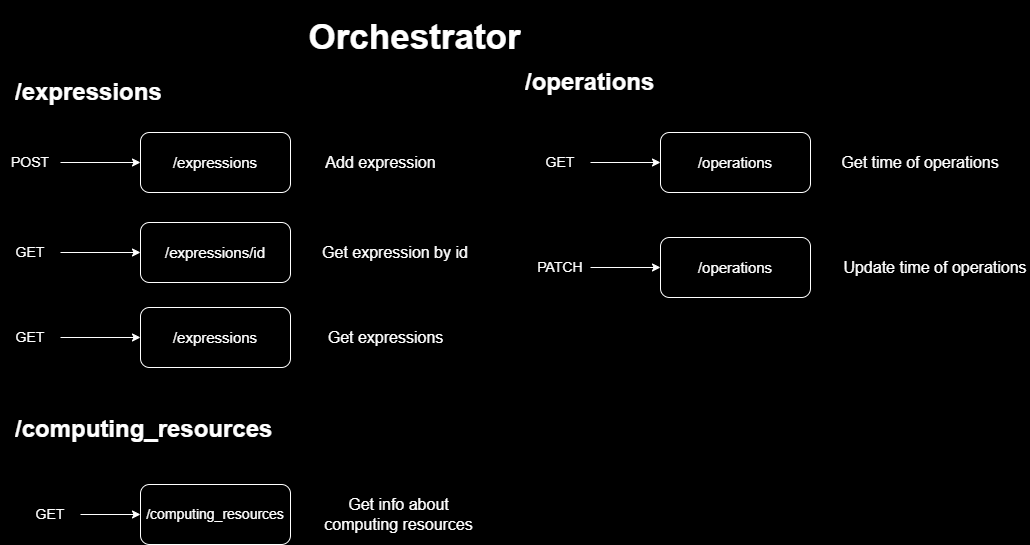
Above: схема.png in sadreddinov/distributed_calculator (draw.io), before the change. Source tidied: cells renumbered, new cells last; positions are measured from the earlier drawing's top-left corner, leaving out a move shared by most shapes. Its diagram source:
```xml
<mxGraphModel background="#000000">
  <root>
    <mxCell id="0" />
    <mxCell id="1" parent="0" />
    <mxCell id="2" value="&lt;font style=&quot;&quot;&gt;&lt;font style=&quot;font-size: 15px;&quot;&gt;/expressions&lt;/font&gt;&lt;br&gt;&lt;/font&gt;" style="rounded=1;whiteSpace=wrap;html=1;strokeColor=#FFFFFF;fillColor=#000000;fontColor=#FFFFFF;" parent="1" vertex="1">
      <mxGeometry x="140" y="122" width="150" height="60" as="geometry" />
    </mxCell>
    <mxCell id="3" style="edgeStyle=orthogonalEdgeStyle;rounded=0;jettySize=auto;html=1;entryX=0;entryY=0.5;entryDx=0;entryDy=0;strokeColor=#FFFFFF;" parent="1" edge="1" source="25" target="2">
      <mxGeometry relative="1" as="geometry" />
    </mxCell>
    <mxCell id="4" value="&lt;font style=&quot;font-size: 15px;&quot;&gt;/expressions/id&lt;/font&gt;" style="rounded=1;whiteSpace=wrap;html=1;fontColor=#FFFFFF;labelBackgroundColor=none;fillColor=#000000;strokeColor=#FFFFFF;" parent="1" vertex="1">
      <mxGeometry x="140" y="212" width="150" height="60" as="geometry" />
    </mxCell>
    <mxCell id="5" style="edgeStyle=orthogonalEdgeStyle;rounded=0;jettySize=auto;html=1;entryX=0;entryY=0.5;entryDx=0;entryDy=0;strokeColor=#FFFFFF;" parent="1" edge="1" source="26" target="4">
      <mxGeometry relative="1" as="geometry" />
    </mxCell>
    <mxCell id="6" value="&lt;font style=&quot;font-size: 15px;&quot;&gt;/expressions&lt;/font&gt;" style="rounded=1;whiteSpace=wrap;html=1;fontColor=#FFFFFF;strokeColor=#FFFFFF;fillColor=#000000;" parent="1" vertex="1">
      <mxGeometry x="140" y="297" width="150" height="60" as="geometry" />
    </mxCell>
    <mxCell id="7" style="edgeStyle=orthogonalEdgeStyle;rounded=0;jettySize=auto;html=1;entryX=0;entryY=0.5;entryDx=0;entryDy=0;strokeColor=#FFFFFF;" parent="1" edge="1" source="27" target="6">
      <mxGeometry relative="1" as="geometry" />
    </mxCell>
    <mxCell id="8" value="&lt;font style=&quot;font-size: 15px;&quot;&gt;/operations&lt;/font&gt;" style="rounded=1;whiteSpace=wrap;html=1;strokeColor=#FFFFFF;fontColor=#FFFFFF;fillColor=#000000;" parent="1" vertex="1">
      <mxGeometry x="660" y="227" width="150" height="60" as="geometry" />
    </mxCell>
    <mxCell id="9" style="edgeStyle=orthogonalEdgeStyle;rounded=0;jettySize=auto;html=1;entryX=0;entryY=0.5;entryDx=0;entryDy=0;strokeColor=#FFFFFF;" parent="1" edge="1" source="10" target="8">
      <mxGeometry relative="1" as="geometry" />
    </mxCell>
    <mxCell id="10" value="&lt;font style=&quot;font-size: 14px;&quot;&gt;PATCH&lt;/font&gt;" style="text;html=1;strokeColor=none;fillColor=none;align=center;verticalAlign=middle;whiteSpace=wrap;rounded=0;fontColor=#FFFFFF;" parent="1" vertex="1">
      <mxGeometry x="530" y="242" width="60" height="30" as="geometry" />
    </mxCell>
    <mxCell id="11" value="&lt;font style=&quot;font-size: 15px;&quot;&gt;/operations&lt;/font&gt;" style="rounded=1;whiteSpace=wrap;html=1;strokeColor=#FFFFFF;fillColor=#000000;fontColor=#FFFFFF;" parent="1" vertex="1">
      <mxGeometry x="660" y="122" width="150" height="60" as="geometry" />
    </mxCell>
    <mxCell id="12" style="edgeStyle=orthogonalEdgeStyle;rounded=0;jettySize=auto;html=1;strokeColor=#FFFFFF;" parent="1" edge="1" source="17" target="11">
      <mxGeometry relative="1" as="geometry" />
    </mxCell>
    <mxCell id="13" value="&lt;font style=&quot;font-size: 14px;&quot;&gt;/computing_resources&lt;/font&gt;" style="rounded=1;whiteSpace=wrap;html=1;fontColor=#FFFFFF;strokeColor=#FFFFFF;fillColor=#000000;" parent="1" vertex="1">
      <mxGeometry x="140" y="474" width="150" height="60" as="geometry" />
    </mxCell>
    <mxCell id="14" style="edgeStyle=orthogonalEdgeStyle;rounded=0;jettySize=auto;html=1;entryX=0;entryY=0.5;entryDx=0;entryDy=0;fontColor=#FFFFFF;strokeColor=#FFFFFF;" parent="1" edge="1" source="28" target="13">
      <mxGeometry relative="1" as="geometry" />
    </mxCell>
    <mxCell id="15" value="&lt;h1&gt;&lt;font style=&quot;font-size: 35px;&quot;&gt;Orchestrator&lt;/font&gt;&lt;/h1&gt;" style="text;html=1;strokeColor=none;fillColor=none;spacing=5;spacingTop=-20;whiteSpace=wrap;overflow=hidden;rounded=0;align=center;fontColor=#FFFFFF;" parent="1" vertex="1">
      <mxGeometry x="304" width="221" height="45" as="geometry" />
    </mxCell>
    <mxCell id="16" value="&lt;h1&gt;/expressions&lt;/h1&gt;" style="text;html=1;spacing=5;spacingTop=-20;whiteSpace=wrap;overflow=hidden;rounded=0;fontColor=#FFFFFF;" parent="1" vertex="1">
      <mxGeometry x="10" y="62" width="190" height="45" as="geometry" />
    </mxCell>
    <mxCell id="17" value="&lt;font style=&quot;font-size: 14px;&quot;&gt;GET&lt;/font&gt;" style="text;html=1;strokeColor=none;fillColor=none;align=center;verticalAlign=middle;whiteSpace=wrap;rounded=0;fontColor=#FFFFFF;" parent="1" vertex="1">
      <mxGeometry x="530" y="137" width="60" height="30" as="geometry" />
    </mxCell>
    <mxCell id="18" value="&lt;h1&gt;/computing_resources&lt;/h1&gt;" style="text;html=1;spacing=5;spacingTop=-20;whiteSpace=wrap;overflow=hidden;rounded=0;fontColor=#FFFFFF;" parent="1" vertex="1">
      <mxGeometry x="10" y="399" width="270" height="45" as="geometry" />
    </mxCell>
    <mxCell id="19" value="&lt;font style=&quot;font-size: 16px;&quot;&gt;Update time of operations&lt;/font&gt;" style="text;html=1;strokeColor=none;fillColor=none;align=center;verticalAlign=middle;whiteSpace=wrap;rounded=0;fontColor=#FFFFFF;" parent="1" vertex="1">
      <mxGeometry x="840" y="234.5" width="190" height="45" as="geometry" />
    </mxCell>
    <mxCell id="20" value="&lt;h1&gt;/operations&lt;/h1&gt;" style="text;html=1;spacing=5;spacingTop=-20;whiteSpace=wrap;overflow=hidden;rounded=0;fontColor=#FFFFFF;" parent="1" vertex="1">
      <mxGeometry x="520" y="52" width="190" height="45" as="geometry" />
    </mxCell>
    <mxCell id="21" value="&lt;font style=&quot;font-size: 16px;&quot;&gt;Get time of operations&lt;/font&gt;" style="text;html=1;strokeColor=none;fillColor=none;align=center;verticalAlign=middle;whiteSpace=wrap;rounded=0;fontColor=#FFFFFF;" parent="1" vertex="1">
      <mxGeometry x="840" y="129.5" width="160" height="45" as="geometry" />
    </mxCell>
    <mxCell id="22" value="&lt;font color=&quot;#ffffff&quot; style=&quot;font-size: 16px;&quot;&gt;Add expression&lt;/font&gt;" style="text;html=1;strokeColor=none;fillColor=none;align=center;verticalAlign=middle;whiteSpace=wrap;rounded=0;" parent="1" vertex="1">
      <mxGeometry x="320" y="129.5" width="121" height="45" as="geometry" />
    </mxCell>
    <mxCell id="23" value="&lt;font style=&quot;font-size: 16px;&quot;&gt;Get expression by id&lt;/font&gt;" style="text;html=1;strokeColor=none;fillColor=none;align=center;verticalAlign=middle;whiteSpace=wrap;rounded=0;fontColor=#FFFFFF;" parent="1" vertex="1">
      <mxGeometry x="320" y="219.5" width="150" height="45" as="geometry" />
    </mxCell>
    <mxCell id="24" value="&lt;font style=&quot;font-size: 16px;&quot;&gt;Get expressions&lt;/font&gt;" style="text;html=1;strokeColor=none;fillColor=none;align=center;verticalAlign=middle;whiteSpace=wrap;rounded=0;fontColor=#FFFFFF;" parent="1" vertex="1">
      <mxGeometry x="320" y="304.5" width="131" height="45" as="geometry" />
    </mxCell>
    <mxCell id="25" value="&lt;font style=&quot;font-size: 14px;&quot;&gt;POST&lt;/font&gt;" style="text;html=1;strokeColor=none;fillColor=none;align=center;verticalAlign=middle;whiteSpace=wrap;rounded=0;fontColor=#FFFFFF;" parent="1" vertex="1">
      <mxGeometry y="137" width="60" height="30" as="geometry" />
    </mxCell>
    <mxCell id="26" value="&lt;font style=&quot;font-size: 14px;&quot;&gt;GET&lt;/font&gt;" style="text;html=1;strokeColor=none;fillColor=none;align=center;verticalAlign=middle;whiteSpace=wrap;rounded=0;fontColor=#FFFFFF;" parent="1" vertex="1">
      <mxGeometry y="227" width="60" height="30" as="geometry" />
    </mxCell>
    <mxCell id="27" value="&lt;font style=&quot;font-size: 14px;&quot;&gt;GET&lt;/font&gt;" style="text;html=1;strokeColor=none;fillColor=none;align=center;verticalAlign=middle;whiteSpace=wrap;rounded=0;labelBackgroundColor=none;fontColor=#FFFFFF;" parent="1" vertex="1">
      <mxGeometry y="312" width="60" height="30" as="geometry" />
    </mxCell>
    <mxCell id="28" value="&lt;font style=&quot;font-size: 14px;&quot;&gt;GET&lt;/font&gt;" style="text;html=1;strokeColor=none;fillColor=none;align=center;verticalAlign=middle;whiteSpace=wrap;rounded=0;fontColor=#FFFFFF;" parent="1" vertex="1">
      <mxGeometry x="20" y="489" width="60" height="30" as="geometry" />
    </mxCell>
    <mxCell id="29" value="&lt;font style=&quot;font-size: 16px;&quot;&gt;Get info about computing resources&lt;/font&gt;" style="text;html=1;strokeColor=none;fillColor=none;align=center;verticalAlign=middle;whiteSpace=wrap;rounded=0;fontColor=#FFFFFF;" parent="1" vertex="1">
      <mxGeometry x="323" y="481.5" width="151" height="45" as="geometry" />
    </mxCell>
  </root>
</mxGraphModel>
```
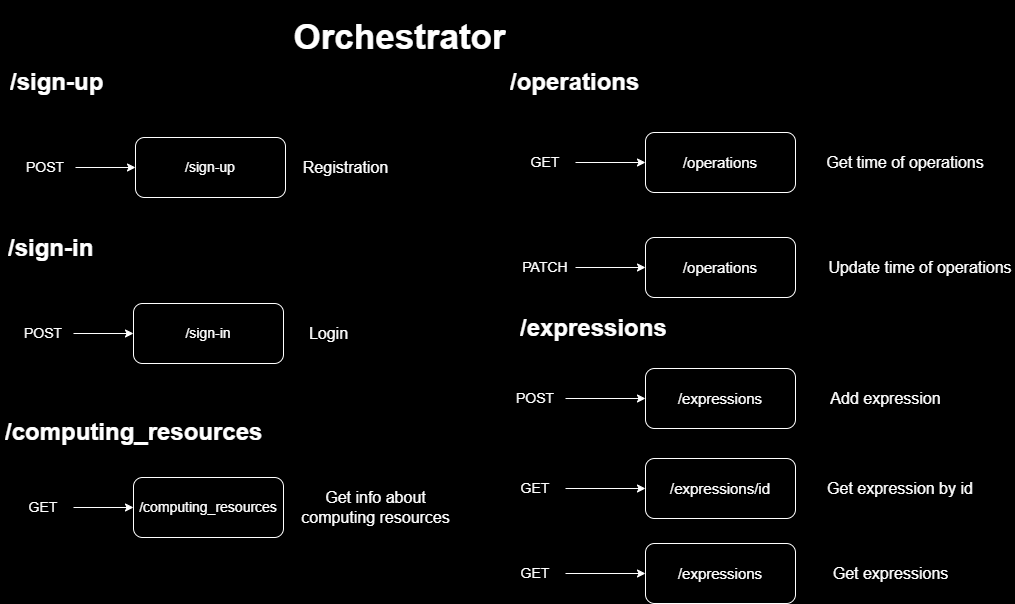
Above is the later version.

The edit, as a diff of the source:
```diff
@@ -3,19 +3,19 @@
     <mxCell id="0" />
     <mxCell id="1" parent="0" />
     <mxCell id="2" value="&lt;font style=&quot;&quot;&gt;&lt;font style=&quot;font-size: 15px;&quot;&gt;/expressions&lt;/font&gt;&lt;br&gt;&lt;/font&gt;" style="rounded=1;whiteSpace=wrap;html=1;strokeColor=#FFFFFF;fillColor=#000000;fontColor=#FFFFFF;" parent="1" vertex="1">
-      <mxGeometry x="140" y="122" width="150" height="60" as="geometry" />
+      <mxGeometry x="660" y="358" width="150" height="60" as="geometry" />
     </mxCell>
     <mxCell id="3" style="edgeStyle=orthogonalEdgeStyle;rounded=0;jettySize=auto;html=1;entryX=0;entryY=0.5;entryDx=0;entryDy=0;strokeColor=#FFFFFF;" parent="1" edge="1" source="25" target="2">
       <mxGeometry relative="1" as="geometry" />
     </mxCell>
     <mxCell id="4" value="&lt;font style=&quot;font-size: 15px;&quot;&gt;/expressions/id&lt;/font&gt;" style="rounded=1;whiteSpace=wrap;html=1;fontColor=#FFFFFF;labelBackgroundColor=none;fillColor=#000000;strokeColor=#FFFFFF;" parent="1" vertex="1">
-      <mxGeometry x="140" y="212" width="150" height="60" as="geometry" />
+      <mxGeometry x="660" y="448" width="150" height="60" as="geometry" />
     </mxCell>
     <mxCell id="5" style="edgeStyle=orthogonalEdgeStyle;rounded=0;jettySize=auto;html=1;entryX=0;entryY=0.5;entryDx=0;entryDy=0;strokeColor=#FFFFFF;" parent="1" edge="1" source="26" target="4">
       <mxGeometry relative="1" as="geometry" />
     </mxCell>
     <mxCell id="6" value="&lt;font style=&quot;font-size: 15px;&quot;&gt;/expressions&lt;/font&gt;" style="rounded=1;whiteSpace=wrap;html=1;fontColor=#FFFFFF;strokeColor=#FFFFFF;fillColor=#000000;" parent="1" vertex="1">
-      <mxGeometry x="140" y="297" width="150" height="60" as="geometry" />
+      <mxGeometry x="660" y="533" width="150" height="60" as="geometry" />
     </mxCell>
     <mxCell id="7" style="edgeStyle=orthogonalEdgeStyle;rounded=0;jettySize=auto;html=1;entryX=0;entryY=0.5;entryDx=0;entryDy=0;strokeColor=#FFFFFF;" parent="1" edge="1" source="27" target="6">
       <mxGeometry relative="1" as="geometry" />
@@ -36,7 +36,7 @@
       <mxGeometry relative="1" as="geometry" />
     </mxCell>
     <mxCell id="13" value="&lt;font style=&quot;font-size: 14px;&quot;&gt;/computing_resources&lt;/font&gt;" style="rounded=1;whiteSpace=wrap;html=1;fontColor=#FFFFFF;strokeColor=#FFFFFF;fillColor=#000000;" parent="1" vertex="1">
-      <mxGeometry x="140" y="474" width="150" height="60" as="geometry" />
+      <mxGeometry x="148" y="467" width="150" height="60" as="geometry" />
     </mxCell>
     <mxCell id="14" style="edgeStyle=orthogonalEdgeStyle;rounded=0;jettySize=auto;html=1;entryX=0;entryY=0.5;entryDx=0;entryDy=0;fontColor=#FFFFFF;strokeColor=#FFFFFF;" parent="1" edge="1" source="28" target="13">
       <mxGeometry relative="1" as="geometry" />
@@ -45,13 +45,13 @@
       <mxGeometry x="304" width="221" height="45" as="geometry" />
     </mxCell>
     <mxCell id="16" value="&lt;h1&gt;/expressions&lt;/h1&gt;" style="text;html=1;spacing=5;spacingTop=-20;whiteSpace=wrap;overflow=hidden;rounded=0;fontColor=#FFFFFF;" parent="1" vertex="1">
-      <mxGeometry x="10" y="62" width="190" height="45" as="geometry" />
+      <mxGeometry x="530" y="298" width="190" height="45" as="geometry" />
     </mxCell>
     <mxCell id="17" value="&lt;font style=&quot;font-size: 14px;&quot;&gt;GET&lt;/font&gt;" style="text;html=1;strokeColor=none;fillColor=none;align=center;verticalAlign=middle;whiteSpace=wrap;rounded=0;fontColor=#FFFFFF;" parent="1" vertex="1">
       <mxGeometry x="530" y="137" width="60" height="30" as="geometry" />
     </mxCell>
     <mxCell id="18" value="&lt;h1&gt;/computing_resources&lt;/h1&gt;" style="text;html=1;spacing=5;spacingTop=-20;whiteSpace=wrap;overflow=hidden;rounded=0;fontColor=#FFFFFF;" parent="1" vertex="1">
-      <mxGeometry x="10" y="399" width="270" height="45" as="geometry" />
+      <mxGeometry x="15" y="401.5" width="270" height="45" as="geometry" />
     </mxCell>
     <mxCell id="19" value="&lt;font style=&quot;font-size: 16px;&quot;&gt;Update time of operations&lt;/font&gt;" style="text;html=1;strokeColor=none;fillColor=none;align=center;verticalAlign=middle;whiteSpace=wrap;rounded=0;fontColor=#FFFFFF;" parent="1" vertex="1">
       <mxGeometry x="840" y="234.5" width="190" height="45" as="geometry" />
@@ -63,28 +63,58 @@
       <mxGeometry x="840" y="129.5" width="160" height="45" as="geometry" />
     </mxCell>
     <mxCell id="22" value="&lt;font color=&quot;#ffffff&quot; style=&quot;font-size: 16px;&quot;&gt;Add expression&lt;/font&gt;" style="text;html=1;strokeColor=none;fillColor=none;align=center;verticalAlign=middle;whiteSpace=wrap;rounded=0;" parent="1" vertex="1">
-      <mxGeometry x="320" y="129.5" width="121" height="45" as="geometry" />
+      <mxGeometry x="840" y="365.5" width="121" height="45" as="geometry" />
     </mxCell>
     <mxCell id="23" value="&lt;font style=&quot;font-size: 16px;&quot;&gt;Get expression by id&lt;/font&gt;" style="text;html=1;strokeColor=none;fillColor=none;align=center;verticalAlign=middle;whiteSpace=wrap;rounded=0;fontColor=#FFFFFF;" parent="1" vertex="1">
-      <mxGeometry x="320" y="219.5" width="150" height="45" as="geometry" />
+      <mxGeometry x="840" y="455.5" width="150" height="45" as="geometry" />
     </mxCell>
     <mxCell id="24" value="&lt;font style=&quot;font-size: 16px;&quot;&gt;Get expressions&lt;/font&gt;" style="text;html=1;strokeColor=none;fillColor=none;align=center;verticalAlign=middle;whiteSpace=wrap;rounded=0;fontColor=#FFFFFF;" parent="1" vertex="1">
-      <mxGeometry x="320" y="304.5" width="131" height="45" as="geometry" />
+      <mxGeometry x="840" y="540.5" width="131" height="45" as="geometry" />
     </mxCell>
     <mxCell id="25" value="&lt;font style=&quot;font-size: 14px;&quot;&gt;POST&lt;/font&gt;" style="text;html=1;strokeColor=none;fillColor=none;align=center;verticalAlign=middle;whiteSpace=wrap;rounded=0;fontColor=#FFFFFF;" parent="1" vertex="1">
-      <mxGeometry y="137" width="60" height="30" as="geometry" />
+      <mxGeometry x="520" y="373" width="60" height="30" as="geometry" />
     </mxCell>
     <mxCell id="26" value="&lt;font style=&quot;font-size: 14px;&quot;&gt;GET&lt;/font&gt;" style="text;html=1;strokeColor=none;fillColor=none;align=center;verticalAlign=middle;whiteSpace=wrap;rounded=0;fontColor=#FFFFFF;" parent="1" vertex="1">
-      <mxGeometry y="227" width="60" height="30" as="geometry" />
+      <mxGeometry x="520" y="463" width="60" height="30" as="geometry" />
     </mxCell>
     <mxCell id="27" value="&lt;font style=&quot;font-size: 14px;&quot;&gt;GET&lt;/font&gt;" style="text;html=1;strokeColor=none;fillColor=none;align=center;verticalAlign=middle;whiteSpace=wrap;rounded=0;labelBackgroundColor=none;fontColor=#FFFFFF;" parent="1" vertex="1">
-      <mxGeometry y="312" width="60" height="30" as="geometry" />
+      <mxGeometry x="520" y="548" width="60" height="30" as="geometry" />
     </mxCell>
     <mxCell id="28" value="&lt;font style=&quot;font-size: 14px;&quot;&gt;GET&lt;/font&gt;" style="text;html=1;strokeColor=none;fillColor=none;align=center;verticalAlign=middle;whiteSpace=wrap;rounded=0;fontColor=#FFFFFF;" parent="1" vertex="1">
-      <mxGeometry x="20" y="489" width="60" height="30" as="geometry" />
+      <mxGeometry x="28" y="482" width="60" height="30" as="geometry" />
     </mxCell>
     <mxCell id="29" value="&lt;font style=&quot;font-size: 16px;&quot;&gt;Get info about computing resources&lt;/font&gt;" style="text;html=1;strokeColor=none;fillColor=none;align=center;verticalAlign=middle;whiteSpace=wrap;rounded=0;fontColor=#FFFFFF;" parent="1" vertex="1">
-      <mxGeometry x="323" y="481.5" width="151" height="45" as="geometry" />
+      <mxGeometry x="315" y="474.5" width="151" height="45" as="geometry" />
     </mxCell>
+    <mxCell id="30" value="&lt;font style=&quot;font-size: 14px;&quot;&gt;/sign-up&lt;/font&gt;" style="rounded=1;whiteSpace=wrap;html=1;fontColor=#FFFFFF;strokeColor=#FFFFFF;fillColor=#000000;" parent="1" vertex="1">
+      <mxGeometry x="150" y="127" width="150" height="60" as="geometry" />
+    </mxCell>
+    <mxCell id="31" style="edgeStyle=orthogonalEdgeStyle;rounded=0;jettySize=auto;html=1;entryX=0;entryY=0.5;entryDx=0;entryDy=0;fontColor=#FFFFFF;strokeColor=#FFFFFF;" parent="1" edge="1" source="33" target="30">
+      <mxGeometry relative="1" as="geometry" />
+    </mxCell>
+    <mxCell id="32" value="&lt;h1&gt;/sign-up&lt;/h1&gt;" style="text;html=1;spacing=5;spacingTop=-20;whiteSpace=wrap;overflow=hidden;rounded=0;fontColor=#FFFFFF;" parent="1" vertex="1">
+      <mxGeometry x="20" y="52" width="270" height="45" as="geometry" />
+    </mxCell>
+    <mxCell id="33" value="&lt;font style=&quot;font-size: 14px;&quot;&gt;POST&lt;/font&gt;" style="text;html=1;strokeColor=none;fillColor=none;align=center;verticalAlign=middle;whiteSpace=wrap;rounded=0;fontColor=#FFFFFF;" parent="1" vertex="1">
+      <mxGeometry x="30" y="142" width="60" height="30" as="geometry" />
+    </mxCell>
+    <mxCell id="34" value="&lt;span style=&quot;font-size: 16px;&quot;&gt;Registration&lt;/span&gt;" style="text;html=1;strokeColor=none;fillColor=none;align=center;verticalAlign=middle;whiteSpace=wrap;rounded=0;fontColor=#FFFFFF;" parent="1" vertex="1">
+      <mxGeometry x="285" y="134.5" width="151" height="45" as="geometry" />
+    </mxCell>
+    <mxCell id="35" value="&lt;font style=&quot;font-size: 14px;&quot;&gt;/sign-in&lt;/font&gt;" style="rounded=1;whiteSpace=wrap;html=1;fontColor=#FFFFFF;strokeColor=#FFFFFF;fillColor=#000000;" parent="1" vertex="1">
+      <mxGeometry x="148" y="293" width="150" height="60" as="geometry" />
+    </mxCell>
+    <mxCell id="36" style="edgeStyle=orthogonalEdgeStyle;rounded=0;jettySize=auto;html=1;entryX=0;entryY=0.5;entryDx=0;entryDy=0;fontColor=#FFFFFF;strokeColor=#FFFFFF;" parent="1" edge="1" source="38" target="35">
+      <mxGeometry relative="1" as="geometry" />
+    </mxCell>
+    <mxCell id="37" value="&lt;h1&gt;/sign-in&lt;/h1&gt;" style="text;html=1;spacing=5;spacingTop=-20;whiteSpace=wrap;overflow=hidden;rounded=0;fontColor=#FFFFFF;" parent="1" vertex="1">
+      <mxGeometry x="18" y="218" width="270" height="45" as="geometry" />
+    </mxCell>
+    <mxCell id="38" value="&lt;font style=&quot;font-size: 14px;&quot;&gt;POST&lt;/font&gt;" style="text;html=1;strokeColor=none;fillColor=none;align=center;verticalAlign=middle;whiteSpace=wrap;rounded=0;fontColor=#FFFFFF;" parent="1" vertex="1">
+      <mxGeometry x="28" y="308" width="60" height="30" as="geometry" />
+    </mxCell>
+    <mxCell id="39" value="&lt;span style=&quot;font-size: 16px;&quot;&gt;Login&lt;/span&gt;" style="text;html=1;strokeColor=none;fillColor=none;align=center;verticalAlign=middle;whiteSpace=wrap;rounded=0;fontColor=#FFFFFF;" parent="1" vertex="1">
+      <mxGeometry x="268" y="300.5" width="151" height="45" as="geometry" />
+    </mxCell>
   </root>
 </mxGraphModel>
```
